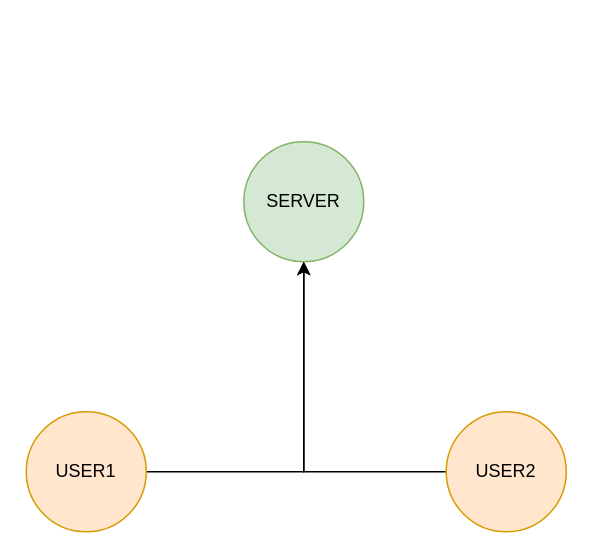
Earlier version of the draw.io diagram Chess.drawio (RunAtTekky/diagrams). Source tidied: cells renumbered, new cells numbered last; positions are measured from the earlier drawing's top-left corner, leaving out a move shared by most shapes. Both pictures are drawn from the tidied source at 150%, with x=0, y=0 at pixel (26, 141).
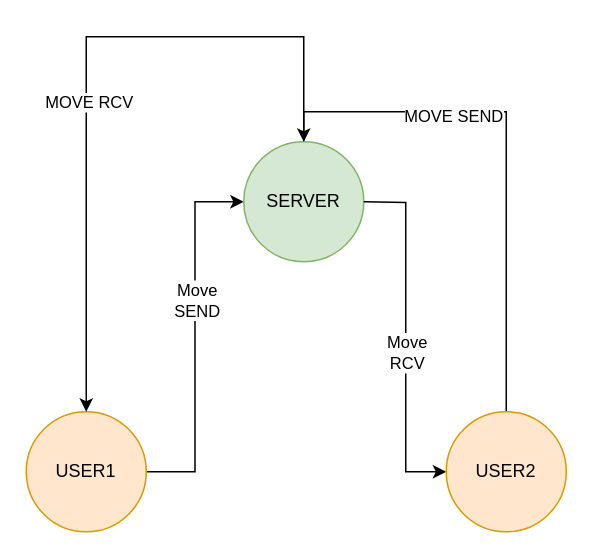
The same diagram, later.

Diff of the diagram source:
```diff
@@
 <mxGraphModel>
   <root>
     <mxCell id="0" />
     <mxCell id="1" parent="0" />
-    <mxCell id="2" style="edgeStyle=orthogonalEdgeStyle;rounded=0;jettySize=auto;html=1;" parent="1" edge="1" source="3" target="4">
+    <mxCell id="2" style="edgeStyle=orthogonalEdgeStyle;rounded=0;jettySize=auto;html=1;entryX=0;entryY=0.5;entryDx=0;entryDy=0;" parent="1" edge="1" source="3" target="4">
       <mxGeometry relative="1" as="geometry" />
     </mxCell>
+    <mxCell id="7" value="Move&lt;br&gt;SEND" style="edgeLabel;html=1;align=center;verticalAlign=middle;" parent="2" vertex="1">
+      <mxGeometry x="0.2" y="-1" relative="1" as="geometry" />
+    </mxCell>
     <mxCell id="3" value="USER1" style="ellipse;whiteSpace=wrap;html=1;fillColor=#ffe6cc;strokeColor=#d79b00;" parent="1" vertex="1">
       <mxGeometry y="180" width="80" height="80" as="geometry" />
     </mxCell>
+    <mxCell id="8" style="edgeStyle=orthogonalEdgeStyle;rounded=0;jettySize=auto;html=1;" parent="1" edge="1" source="4" target="3">
+      <mxGeometry relative="1" as="geometry">
+        <Array as="points">
+          <mxPoint x="185" y="-70" />
+          <mxPoint x="40" y="-70" />
+        </Array>
+      </mxGeometry>
+    </mxCell>
+    <mxCell id="9" value="MOVE RCV" style="edgeLabel;html=1;align=center;verticalAlign=middle;" parent="8" vertex="1">
+      <mxGeometry x="0.11" y="1" relative="1" as="geometry" />
+    </mxCell>
     <mxCell id="4" value="SERVER" style="ellipse;whiteSpace=wrap;html=1;fillColor=#d5e8d4;strokeColor=#82b366;" parent="1" vertex="1">
       <mxGeometry x="145" width="80" height="80" as="geometry" />
     </mxCell>
+    <mxCell id="10" style="edgeStyle=orthogonalEdgeStyle;rounded=0;jettySize=auto;html=1;entryX=0;entryY=0.5;entryDx=0;entryDy=0;" parent="1" edge="1" target="6">
+      <mxGeometry relative="1" as="geometry">
+        <mxPoint x="225" y="40" as="sourcePoint" />
+      </mxGeometry>
+    </mxCell>
+    <mxCell id="11" value="Move&lt;br&gt;RCV" style="edgeLabel;html=1;align=center;verticalAlign=middle;" parent="10" vertex="1">
+      <mxGeometry x="0.09" relative="1" as="geometry" />
+    </mxCell>
-    <mxCell id="5" style="edgeStyle=orthogonalEdgeStyle;rounded=0;jettySize=auto;html=1;entryX=0.5;entryY=1;entryDx=0;entryDy=0;" parent="1" edge="1" source="6" target="4">
-      <mxGeometry relative="1" as="geometry" />
+    <mxCell id="5" style="edgeStyle=orthogonalEdgeStyle;rounded=0;jettySize=auto;html=1;entryX=0.5;entryY=0;entryDx=0;entryDy=0;" parent="1" edge="1" source="6" target="4">
+      <mxGeometry relative="1" as="geometry">
+        <Array as="points">
+          <mxPoint x="320" y="-20" />
+          <mxPoint x="185" y="-20" />
+        </Array>
+      </mxGeometry>
     </mxCell>
+    <mxCell id="12" value="MOVE SEND" style="edgeLabel;html=1;align=center;verticalAlign=middle;" parent="5" vertex="1">
+      <mxGeometry x="0.33" y="2" relative="1" as="geometry" />
+    </mxCell>
     <mxCell id="6" value="USER2" style="ellipse;whiteSpace=wrap;html=1;fillColor=#ffe6cc;strokeColor=#d79b00;" parent="1" vertex="1">
       <mxGeometry x="280" y="180" width="80" height="80" as="geometry" />
     </mxCell>
   </root>
 </mxGraphModel>
```
